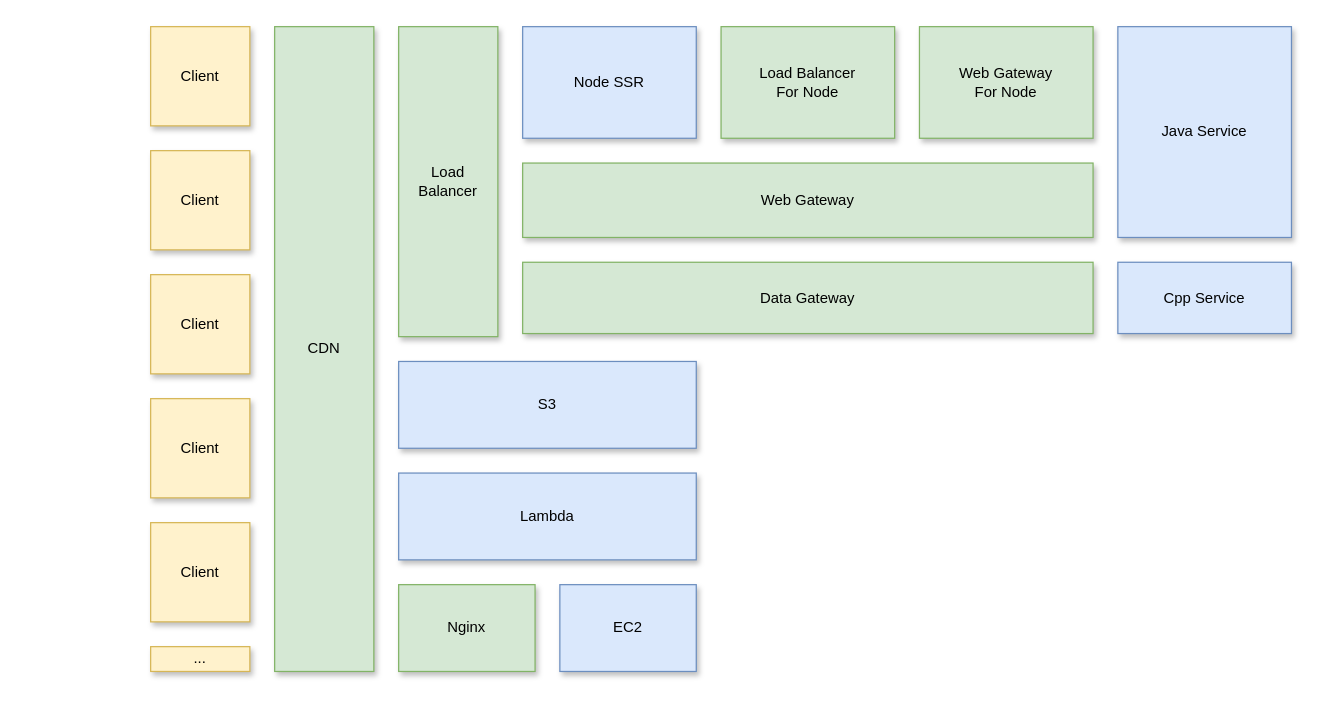
Above: 用户访问链路.drawio in AC-YoY/diagram-storage (draw.io), before the change. Source tidied: cells renumbered, new cells numbered last; positions are measured from the earlier drawing's top-left corner, leaving out a move shared by most shapes. Both pictures are drawn from the tidied source at 124%, with x=0, y=0 at pixel (150, 26).
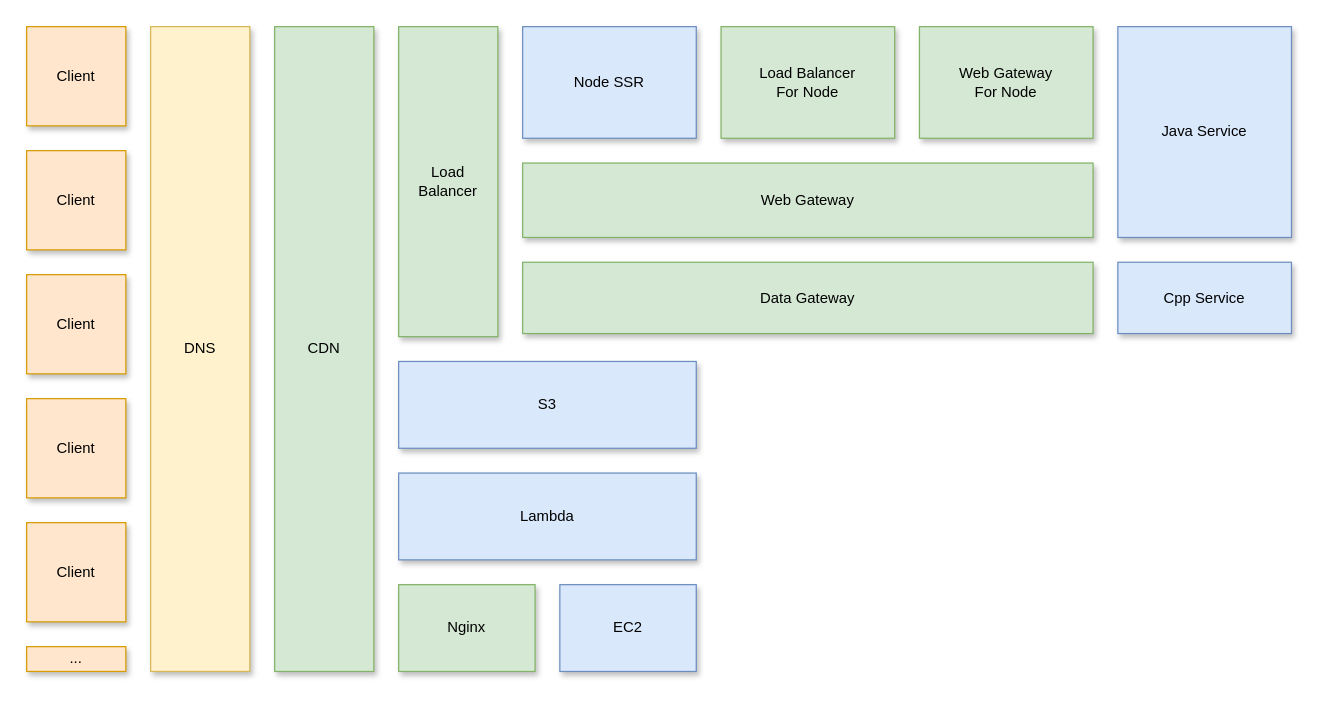
The same page after the edit.

Commit message:
Update 用户访问链路.drawio

Change to the diagram source:
```diff
@@
-    <mxCell id="2" value="Client" style="rounded=0;whiteSpace=wrap;html=1;fillColor=#fff2cc;strokeColor=#d6b656;labelBackgroundColor=none;labelBorderColor=none;shadow=1;" parent="1" vertex="1">
-      <mxGeometry width="80" height="80" as="geometry" />
+    <mxCell id="2" value="Client" style="rounded=0;whiteSpace=wrap;html=1;fillColor=#ffe6cc;strokeColor=#d79b00;labelBackgroundColor=none;labelBorderColor=none;shadow=1;" parent="1" vertex="1">
+      <mxGeometry x="-100" width="80" height="80" as="geometry" />
     </mxCell>
@@
-    <mxCell id="16" value="Client" style="rounded=0;whiteSpace=wrap;html=1;fillColor=#fff2cc;strokeColor=#d6b656;labelBackgroundColor=none;labelBorderColor=none;shadow=1;" parent="1" vertex="1">
-      <mxGeometry y="100" width="80" height="80" as="geometry" />
+    <mxCell id="16" value="Client" style="rounded=0;whiteSpace=wrap;html=1;fillColor=#ffe6cc;strokeColor=#d79b00;labelBackgroundColor=none;labelBorderColor=none;shadow=1;" parent="1" vertex="1">
+      <mxGeometry x="-100" y="100" width="80" height="80" as="geometry" />
     </mxCell>
-    <mxCell id="17" value="Client" style="rounded=0;whiteSpace=wrap;html=1;fillColor=#fff2cc;strokeColor=#d6b656;labelBackgroundColor=none;labelBorderColor=none;shadow=1;" parent="1" vertex="1">
-      <mxGeometry y="200" width="80" height="80" as="geometry" />
+    <mxCell id="17" value="Client" style="rounded=0;whiteSpace=wrap;html=1;fillColor=#ffe6cc;strokeColor=#d79b00;labelBackgroundColor=none;labelBorderColor=none;shadow=1;" parent="1" vertex="1">
+      <mxGeometry x="-100" y="200" width="80" height="80" as="geometry" />
     </mxCell>
-    <mxCell id="18" value="Client" style="rounded=0;whiteSpace=wrap;html=1;fillColor=#fff2cc;strokeColor=#d6b656;labelBackgroundColor=none;labelBorderColor=none;shadow=1;" parent="1" vertex="1">
-      <mxGeometry y="300" width="80" height="80" as="geometry" />
+    <mxCell id="18" value="Client" style="rounded=0;whiteSpace=wrap;html=1;fillColor=#ffe6cc;strokeColor=#d79b00;labelBackgroundColor=none;labelBorderColor=none;shadow=1;" parent="1" vertex="1">
+      <mxGeometry x="-100" y="300" width="80" height="80" as="geometry" />
     </mxCell>
-    <mxCell id="19" value="Client" style="rounded=0;whiteSpace=wrap;html=1;fillColor=#fff2cc;strokeColor=#d6b656;labelBackgroundColor=none;labelBorderColor=none;shadow=1;" parent="1" vertex="1">
-      <mxGeometry y="400" width="80" height="80" as="geometry" />
+    <mxCell id="19" value="Client" style="rounded=0;whiteSpace=wrap;html=1;fillColor=#ffe6cc;strokeColor=#d79b00;labelBackgroundColor=none;labelBorderColor=none;shadow=1;" parent="1" vertex="1">
+      <mxGeometry x="-100" y="400" width="80" height="80" as="geometry" />
     </mxCell>
-    <mxCell id="20" value="..." style="rounded=0;whiteSpace=wrap;html=1;fillColor=#fff2cc;strokeColor=#d6b656;labelBackgroundColor=none;labelBorderColor=none;shadow=1;" parent="1" vertex="1">
-      <mxGeometry y="500" width="80" height="20" as="geometry" />
+    <mxCell id="20" value="..." style="rounded=0;whiteSpace=wrap;html=1;fillColor=#ffe6cc;strokeColor=#d79b00;labelBackgroundColor=none;labelBorderColor=none;shadow=1;" parent="1" vertex="1">
+      <mxGeometry x="-100" y="500" width="80" height="20" as="geometry" />
     </mxCell>
+    <mxCell id="21" value="DNS" style="rounded=0;whiteSpace=wrap;html=1;fillColor=#fff2cc;strokeColor=#d6b656;labelBackgroundColor=none;labelBorderColor=none;shadow=1;" parent="1" vertex="1">
+      <mxGeometry width="80" height="520" as="geometry" />
+    </mxCell>
```
